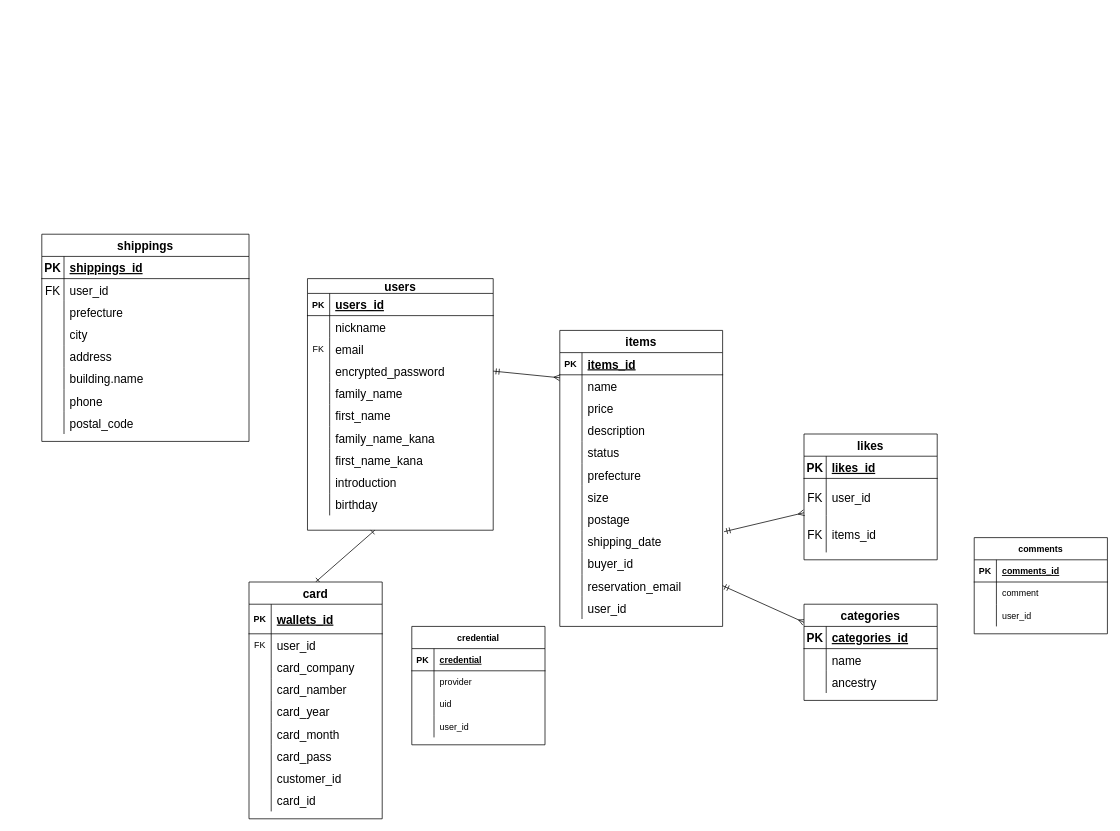
Before: er.dio in masyu0039/furima-38560, a draw.io diagram. Source tidied: cells renumbered, new cells numbered last; positions are measured from the earlier drawing's top-left corner, leaving out a move shared by most shapes. Both pictures are drawn from the tidied source at 74%, with x=0, y=0 at pixel (41, 234).
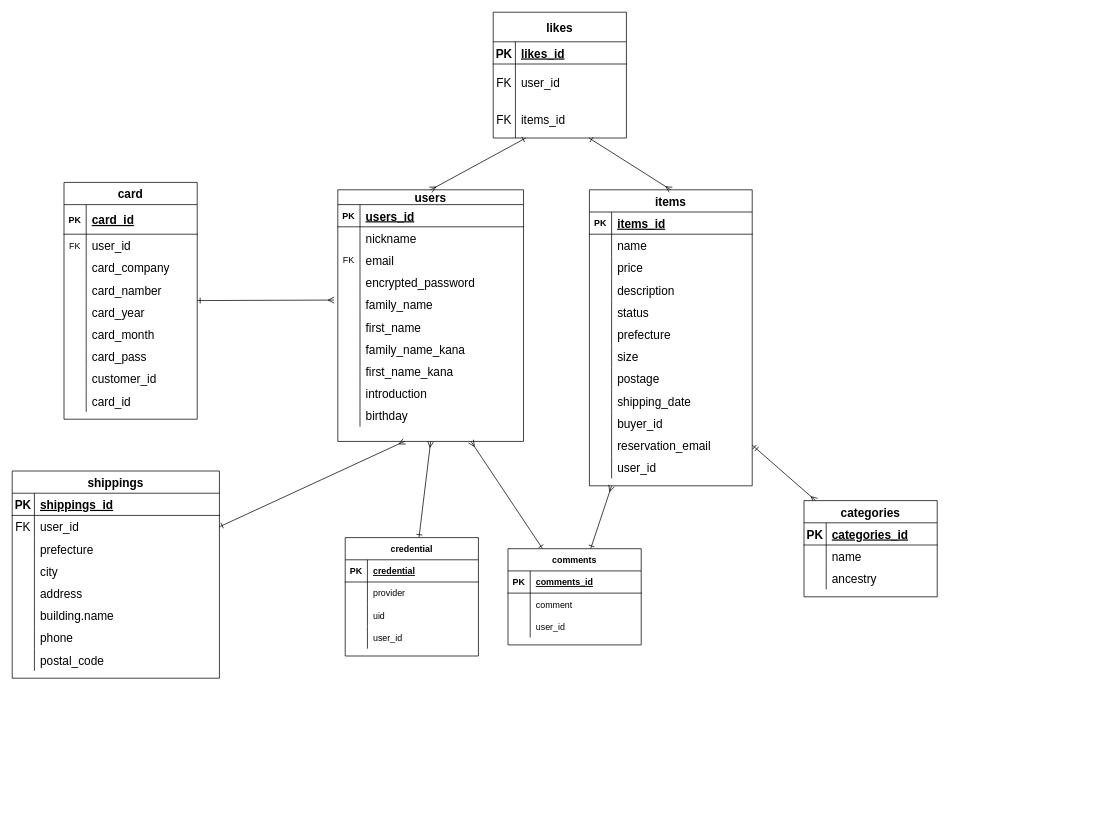
The same diagram, later.

Unchanged cells that the change refers to:
```xml
<mxCell id="12" style="shape=partialRectangle;fillColor=none;top=0;left=0;bottom=0;right=0;points=[[0,0.5],[1,0.5]];portConstraint=eastwest;" parent="2" vertex="1">
  <mxGeometry y="110" width="251" height="30" as="geometry" />
</mxCell>
<mxCell id="15" style="shape=partialRectangle;fillColor=none;top=0;left=0;bottom=0;right=0;points=[[0,0.5],[1,0.5]];portConstraint=eastwest;" parent="2" vertex="1">
  <mxGeometry y="140" width="251" height="30" as="geometry" />
</mxCell>
<mxCell id="35" style="shape=partialRectangle;fillColor=none;top=0;left=0;bottom=1;right=0;" parent="34" vertex="1">
  <mxGeometry y="30" width="180" height="40" as="geometry" />
</mxCell>
<mxCell id="66" style="shape=partialRectangle;fillColor=none;top=0;left=0;bottom=0;right=0;points=[[0,0.5],[1,0.5]];portConstraint=eastwest;" parent="62" vertex="1">
  <mxGeometry y="60" width="220" height="30" as="geometry" />
</mxCell>
<mxCell id="87" style="shape=partialRectangle;fillColor=none;top=0;left=0;bottom=0;right=0;points=[[0,0.5],[1,0.5]];portConstraint=eastwest;" parent="62" vertex="1">
  <mxGeometry y="270" width="220" height="30" as="geometry" />
</mxCell>
```

The edit, as a diff of the source:
```diff
@@
     <mxCell id="2" value="users" style="shape=table;startSize=20;childLayout=tableLayout;rowLines=0;fontStyle=1;align=center;fontSize=16;" parent="1" vertex="1">
-      <mxGeometry x="359" y="60" width="251" height="340" as="geometry" />
+      <mxGeometry x="400" y="-60" width="251" height="340" as="geometry" />
     </mxCell>
@@
-    <mxCell id="33" style="edgeStyle=none;html=1;exitX=0.5;exitY=0;exitDx=0;exitDy=0;startArrow=ERone;startFill=0;endArrow=ERone;endFill=0;" parent="1" edge="1" source="34">
-      <mxGeometry relative="1" as="geometry">
-        <mxPoint x="450" y="400" as="targetPoint" />
-      </mxGeometry>
-    </mxCell>
+    <mxCell id="172" style="edgeStyle=none;html=1;entryX=-0.02;entryY=0.3;entryDx=0;entryDy=0;entryPerimeter=0;startArrow=ERone;startFill=0;endArrow=ERmany;endFill=0;" parent="1" edge="1" source="34" target="15">
+      <mxGeometry relative="1" as="geometry" />
+    </mxCell>
     <mxCell id="34" value="card" style="shape=table;startSize=30;childLayout=tableLayout;rowLines=0;fontStyle=1;align=center;fontSize=16;" parent="1" vertex="1">
-      <mxGeometry x="280" y="470" width="180" height="320" as="geometry" />
+      <mxGeometry x="30" y="-70" width="180" height="320" as="geometry" />
     </mxCell>
@@
-    <mxCell id="37" value="wallets_id" style="shape=partialRectangle;fillColor=none;top=0;left=0;bottom=0;right=0;align=left;spacingLeft=6;fontStyle=5;overflow=hidden;fontSize=16;" parent="35" vertex="1">
+    <mxCell id="37" value="card_id" style="shape=partialRectangle;fillColor=none;top=0;left=0;bottom=0;right=0;align=left;spacingLeft=6;fontStyle=5;overflow=hidden;fontSize=16;" parent="35" vertex="1">
       <mxGeometry x="30" width="150" height="40" as="geometry" />
     </mxCell>
@@
     <mxCell id="62" value="items" style="shape=table;startSize=30;childLayout=tableLayout;rowLines=0;fontStyle=1;align=center;fontSize=16;" parent="1" vertex="1">
-      <mxGeometry x="700" y="130" width="220" height="400" as="geometry" />
+      <mxGeometry x="740" y="-60" width="220" height="400" as="geometry" />
     </mxCell>
@@
     <mxCell id="100" value="categories" style="shape=table;startSize=30;childLayout=tableLayout;rowLines=0;fontStyle=1;align=center;fontSize=16;" parent="1" vertex="1">
-      <mxGeometry x="1030" y="500" width="180" height="130" as="geometry" />
+      <mxGeometry x="1030" y="360" width="180" height="130" as="geometry" />
     </mxCell>
@@
+    <mxCell id="173" style="edgeStyle=none;html=1;startArrow=ERone;startFill=0;endArrow=ERmany;endFill=0;" parent="1" edge="1" source="110">
+      <mxGeometry relative="1" as="geometry">
+        <mxPoint x="490" y="280" as="targetPoint" />
+      </mxGeometry>
+    </mxCell>
     <mxCell id="110" value="shippings" style="shape=table;startSize=30;childLayout=tableLayout;rowLines=0;fontStyle=1;align=center;fontSize=16;" parent="1" vertex="1">
-      <mxGeometry width="280" height="280" as="geometry" />
+      <mxGeometry x="-40" y="320" width="280" height="280" as="geometry" />
     </mxCell>
@@
-    <mxCell id="135" style="edgeStyle=none;html=1;entryX=1.009;entryY=0.067;entryDx=0;entryDy=0;entryPerimeter=0;startArrow=ERmany;startFill=0;endArrow=ERmandOne;endFill=0;" parent="1" edge="1" source="136" target="87">
-      <mxGeometry relative="1" as="geometry" />
-    </mxCell>
-    <mxCell id="136" value="likes" style="shape=table;startSize=30;childLayout=tableLayout;rowLines=0;fontStyle=1;align=center;fontSize=16;" parent="1" vertex="1">
-      <mxGeometry x="1030" y="270" width="180" height="170" as="geometry" />
+    <mxCell id="136" value="likes" style="shape=table;startSize=40;childLayout=tableLayout;rowLines=0;fontStyle=1;align=center;fontSize=16;" parent="1" vertex="1">
+      <mxGeometry x="610" y="-300" width="180" height="170" as="geometry" />
     </mxCell>
     <mxCell id="137" style="shape=partialRectangle;fillColor=none;top=0;left=0;bottom=1;right=0;fontSize=16;" parent="136" vertex="1">
-      <mxGeometry y="30" width="180" height="30" as="geometry" />
+      <mxGeometry y="40" width="180" height="30" as="geometry" />
     </mxCell>
@@
     <mxCell id="140" style="shape=partialRectangle;fillColor=none;top=0;left=0;bottom=0;right=0;fontSize=16;" parent="136" vertex="1">
-      <mxGeometry y="60" width="180" height="50" as="geometry" />
+      <mxGeometry y="70" width="180" height="50" as="geometry" />
     </mxCell>
@@
     <mxCell id="143" style="shape=partialRectangle;fillColor=none;top=0;left=0;bottom=0;right=0;points=[[0,0.5],[1,0.5]];portConstraint=eastwest;fontSize=16;" parent="136" vertex="1">
-      <mxGeometry y="110" width="180" height="50" as="geometry" />
+      <mxGeometry y="120" width="180" height="50" as="geometry" />
     </mxCell>
@@
-    <mxCell id="147" style="edgeStyle=none;html=1;entryX=1;entryY=0.5;entryDx=0;entryDy=0;startArrow=ERmany;startFill=0;endArrow=ERmandOne;endFill=0;" parent="1" edge="1" source="66" target="12">
-      <mxGeometry relative="1" as="geometry" />
-    </mxCell>
@@
+    <mxCell id="174" style="edgeStyle=none;html=1;entryX=0.5;entryY=1;entryDx=0;entryDy=0;startArrow=ERone;startFill=0;endArrow=ERmany;endFill=0;" parent="1" edge="1" source="149" target="2">
+      <mxGeometry relative="1" as="geometry" />
+    </mxCell>
     <mxCell id="149" value="credential" style="shape=table;startSize=30;childLayout=tableLayout;rowLines=0;fontStyle=1;align=center;" parent="1" vertex="1">
-      <mxGeometry x="500" y="530" width="180" height="160" as="geometry" />
+      <mxGeometry x="410" y="410" width="180" height="160" as="geometry" />
     </mxCell>
@@
+    <mxCell id="175" style="edgeStyle=none;html=1;startArrow=ERone;startFill=0;endArrow=ERmany;endFill=0;" parent="1" edge="1" source="162">
+      <mxGeometry relative="1" as="geometry">
+        <mxPoint x="580" y="280" as="targetPoint" />
+      </mxGeometry>
+    </mxCell>
+    <mxCell id="176" style="edgeStyle=none;html=1;startArrow=ERone;startFill=0;endArrow=ERmany;endFill=0;" parent="1" edge="1" source="162">
+      <mxGeometry relative="1" as="geometry">
+        <mxPoint x="770" y="340" as="targetPoint" />
+      </mxGeometry>
+    </mxCell>
     <mxCell id="162" value="comments" style="shape=table;startSize=30;childLayout=tableLayout;rowLines=0;fontStyle=1;align=center;" parent="1" vertex="1">
-      <mxGeometry x="1260" y="410" width="180" height="130" as="geometry" />
+      <mxGeometry x="630" y="425" width="180" height="130" as="geometry" />
     </mxCell>
@@
+    <mxCell id="177" style="edgeStyle=none;html=1;entryX=0.5;entryY=0;entryDx=0;entryDy=0;startArrow=ERone;startFill=0;endArrow=ERmany;endFill=0;" parent="1" edge="1" source="143" target="2">
+      <mxGeometry relative="1" as="geometry" />
+    </mxCell>
+    <mxCell id="178" style="edgeStyle=none;html=1;entryX=0.5;entryY=0;entryDx=0;entryDy=0;startArrow=ERone;startFill=0;endArrow=ERmany;endFill=0;" parent="1" edge="1" source="143" target="62">
+      <mxGeometry relative="1" as="geometry" />
+    </mxCell>
```
